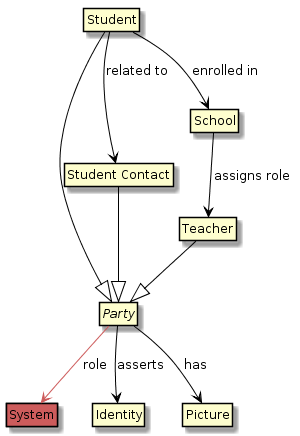
Earlier version of the PlantUML export 99_Resources/images/Conceptual_provisioning.png (nsip/specgen_input_au). The source it was exported from:
```plantuml
@startuml
hide empty members
hide circle
skinparam class {
ArrowColor Black
BorderColor Black
}

class System #IndianRed
abstract class Party


Party --> Identity : asserts
Party -[#IndianRed]-> System : role
Party --> Picture : has
Teacher --|> Party
"Student Contact" --|> Party
Student --|> Party
Student --> "Student Contact" : related to
Student --> School : enrolled in
School --> Teacher : assigns role
@enduml
```
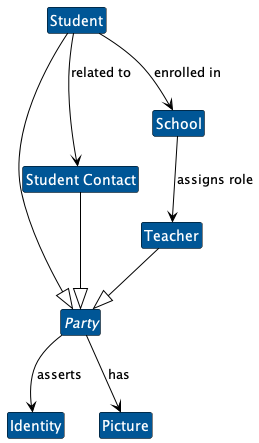
Later version of the same file.

Change to the diagram source:
```diff
@@ -5,13 +5,13 @@
 ArrowColor Black
 BorderColor Black
 }
+skinparam ClassBackgroundColor #005696
+skinparam ClassFontColor automatic
 
-class System #IndianRed
 abstract class Party
 
 
 Party --> Identity : asserts
-Party -[#IndianRed]-> System : role
 Party --> Picture : has
 Teacher --|> Party
 "Student Contact" --|> Party
@@ -19,4 +19,5 @@
 Student --> "Student Contact" : related to
 Student --> School : enrolled in
 School --> Teacher : assigns role
+
 @enduml
```
